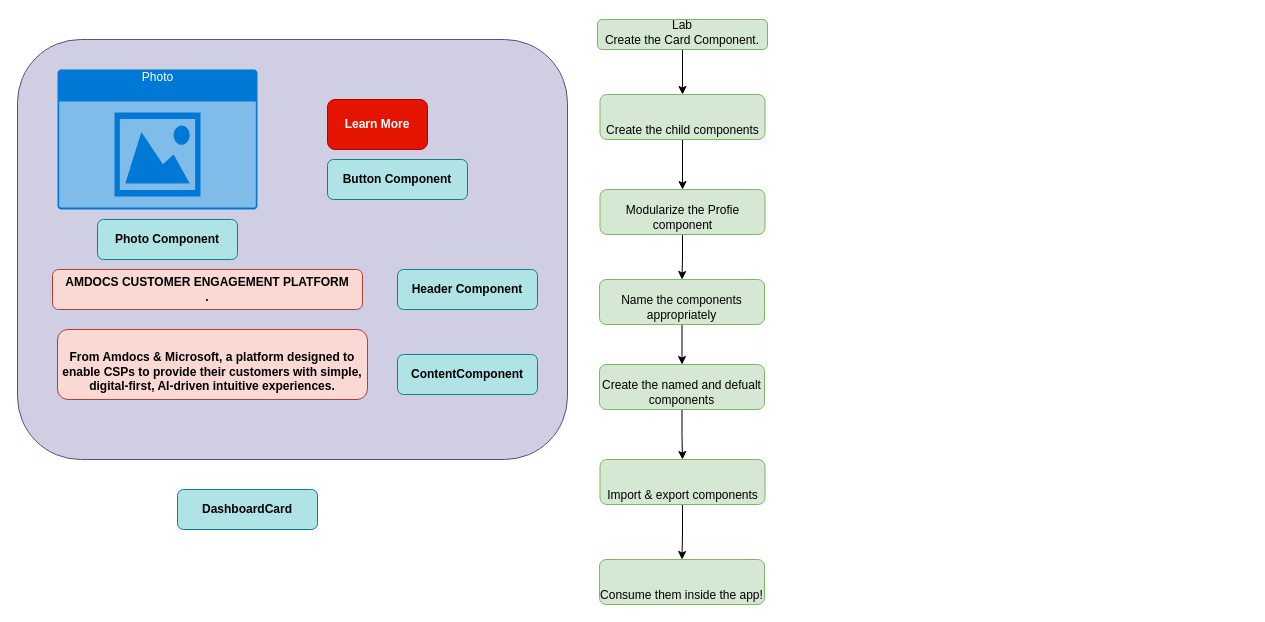
Before: LABS/lab-dashboard.drawio in ACY3MA2023/AMDGIT, a draw.io diagram. Source tidied: cells renumbered, new cells numbered last; positions are measured from the earlier drawing's top-left corner, leaving out a move shared by most shapes. Both pictures are drawn from the tidied source at 100%, with x=0, y=0 at pixel (17, 19).
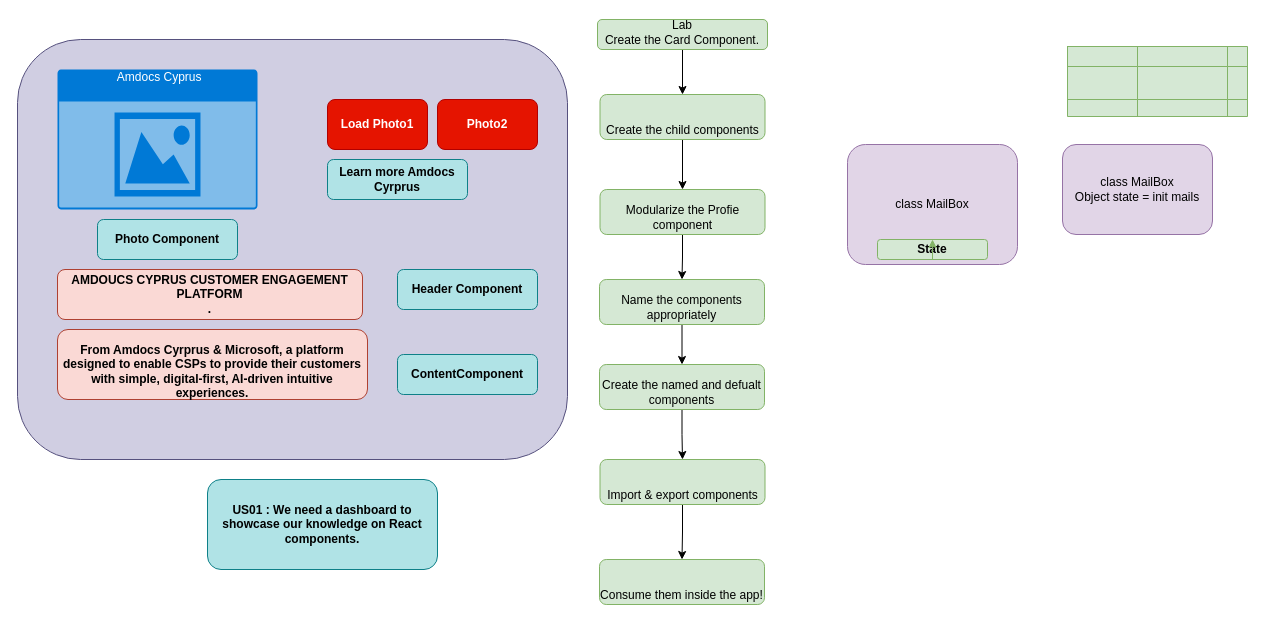
The same diagram, later.

The edit, as a diff of the source:
```diff
@@
-    <mxCell id="3" value="Photo" style="html=1;strokeColor=none;fillColor=#0079D6;labelPosition=center;verticalLabelPosition=middle;verticalAlign=top;align=center;fontSize=12;spacingTop=-6;fontColor=#FFFFFF;sketch=0;shape=mxgraph.sitemap.photo;" parent="1" vertex="1">
+    <mxCell id="3" value="&amp;nbsp;Amdocs Cyprus" style="html=1;strokeColor=none;fillColor=#0079D6;labelPosition=center;verticalLabelPosition=middle;verticalAlign=top;align=center;fontSize=12;spacingTop=-6;fontColor=#FFFFFF;sketch=0;shape=mxgraph.sitemap.photo;" parent="1" vertex="1">
       <mxGeometry x="40" y="50" width="200" height="140" as="geometry" />
     </mxCell>
-    <mxCell id="4" value="&lt;div&gt;AMDOCS CUSTOMER ENGAGEMENT PLATFORM&lt;/div&gt;&lt;div&gt;.&lt;/div&gt;" style="rounded=1;whiteSpace=wrap;html=1;fillColor=#fad9d5;strokeColor=#ae4132;fontStyle=1;verticalAlign=middle;" parent="1" vertex="1">
-      <mxGeometry x="35" y="250" width="310" height="40" as="geometry" />
+    <mxCell id="4" value="&lt;div&gt;AMDOUCS CYPRUS CUSTOMER ENGAGEMENT PLATFORM&lt;/div&gt;&lt;div&gt;.&lt;/div&gt;" style="rounded=1;whiteSpace=wrap;html=1;fillColor=#fad9d5;strokeColor=#ae4132;fontStyle=1;verticalAlign=middle;" parent="1" vertex="1">
+      <mxGeometry x="40" y="250" width="305" height="50" as="geometry" />
     </mxCell>
-    <mxCell id="5" value="Learn More" style="rounded=1;whiteSpace=wrap;html=1;fillColor=#e51400;strokeColor=#B20000;verticalAlign=middle;align=center;fontStyle=1;fontColor=#ffffff;" parent="1" vertex="1">
+    <mxCell id="5" value="Load Photo1" style="rounded=1;whiteSpace=wrap;html=1;fillColor=#e51400;strokeColor=#B20000;verticalAlign=middle;align=center;fontStyle=1;fontColor=#ffffff;" parent="1" vertex="1">
       <mxGeometry x="310" y="80" width="100" height="50" as="geometry" />
     </mxCell>
-    <mxCell id="6" value="DashboardCard" style="rounded=1;whiteSpace=wrap;html=1;fillColor=#b0e3e6;strokeColor=#0e8088;fontStyle=1;" parent="1" vertex="1">
-      <mxGeometry x="160" y="470" width="140" height="40" as="geometry" />
+    <mxCell id="6" value="US01 : We need a dashboard to showcase our knowledge on React components." style="rounded=1;whiteSpace=wrap;html=1;fillColor=#b0e3e6;strokeColor=#0e8088;fontStyle=1;" parent="1" vertex="1">
+      <mxGeometry x="190" y="460" width="230" height="90" as="geometry" />
     </mxCell>
@@
-    <mxCell id="11" value="&lt;div&gt;&lt;br&gt;&lt;/div&gt;&lt;div&gt;From Amdocs &amp;amp; Microsoft, a platform designed to enable CSPs to provide their customers with simple, digital-first, AI-driven intuitive experiences.&lt;/div&gt;" style="rounded=1;whiteSpace=wrap;html=1;fillColor=#fad9d5;strokeColor=#ae4132;fontStyle=1;verticalAlign=middle;" parent="1" vertex="1">
+    <mxCell id="11" value="&lt;div&gt;&lt;br&gt;&lt;/div&gt;&lt;div&gt;From Amdocs Cyrprus &amp;amp; Microsoft, a platform designed to enable CSPs to provide their customers with simple, digital-first, AI-driven intuitive experiences.&lt;/div&gt;" style="rounded=1;whiteSpace=wrap;html=1;fillColor=#fad9d5;strokeColor=#ae4132;fontStyle=1;verticalAlign=middle;" parent="1" vertex="1">
       <mxGeometry x="40" y="310" width="310" height="70" as="geometry" />
     </mxCell>
@@
-    <mxCell id="15" value="Button Component" style="rounded=1;whiteSpace=wrap;html=1;fillColor=#b0e3e6;strokeColor=#0e8088;fontStyle=1;" parent="1" vertex="1">
+    <mxCell id="15" value="Learn more Amdocs Cyrprus" style="rounded=1;whiteSpace=wrap;html=1;fillColor=#b0e3e6;strokeColor=#0e8088;fontStyle=1;" parent="1" vertex="1">
       <mxGeometry x="310" y="140" width="140" height="40" as="geometry" />
     </mxCell>
@@
+    <mxCell id="25" value="Photo2" style="rounded=1;whiteSpace=wrap;html=1;fillColor=#e51400;strokeColor=#B20000;verticalAlign=middle;align=center;fontStyle=1;fontColor=#ffffff;" parent="1" vertex="1">
+      <mxGeometry x="420" y="80" width="100" height="50" as="geometry" />
+    </mxCell>
+    <mxCell id="26" value="class MailBox&lt;br&gt;" style="rounded=1;whiteSpace=wrap;html=1;fillColor=#e1d5e7;strokeColor=#9673a6;" parent="1" vertex="1">
+      <mxGeometry x="830" y="125" width="170" height="120" as="geometry" />
+    </mxCell>
+    <mxCell id="27" value="class MailBox&lt;br&gt;Object state = init mails" style="rounded=1;whiteSpace=wrap;html=1;fillColor=#e1d5e7;strokeColor=#9673a6;" parent="1" vertex="1">
+      <mxGeometry x="1045" y="125" width="150" height="90" as="geometry" />
+    </mxCell>
+    <mxCell id="28" style="shape=table;html=1;whiteSpace=wrap;startSize=0;childLayout=tableLayout;fillColor=#d5e8d4;strokeColor=#82b366;" parent="1" vertex="1">
+      <mxGeometry x="1050" y="27" width="180" height="70" as="geometry" />
+    </mxCell>
+    <mxCell id="29" style="shape=partialRectangle;html=1;whiteSpace=wrap;fillColor=none;top=0;left=0;bottom=0;right=0;" parent="28" vertex="1">
+      <mxGeometry width="180" height="20" as="geometry" />
+    </mxCell>
+    <mxCell id="30" style="shape=partialRectangle;html=1;whiteSpace=wrap;fillColor=none;top=0;left=0;bottom=0;right=0;overflow=hidden;" parent="29" vertex="1">
+      <mxGeometry width="70" height="20" as="geometry" />
+    </mxCell>
+    <mxCell id="31" style="shape=partialRectangle;html=1;whiteSpace=wrap;fillColor=none;top=0;left=0;bottom=0;right=0;overflow=hidden;" parent="29" vertex="1">
+      <mxGeometry x="70" width="90" height="20" as="geometry" />
+    </mxCell>
+    <mxCell id="32" style="shape=partialRectangle;html=1;whiteSpace=wrap;fillColor=none;top=0;left=0;bottom=0;right=0;overflow=hidden;" parent="29" vertex="1">
+      <mxGeometry x="160" width="20" height="20" as="geometry" />
+    </mxCell>
+    <mxCell id="33" style="shape=partialRectangle;html=1;whiteSpace=wrap;fillColor=none;top=0;left=0;bottom=0;right=0;" parent="28" vertex="1">
+      <mxGeometry y="20" width="180" height="33" as="geometry" />
+    </mxCell>
+    <mxCell id="34" style="shape=partialRectangle;html=1;whiteSpace=wrap;fillColor=none;top=0;left=0;bottom=0;right=0;overflow=hidden;" parent="33" vertex="1">
+      <mxGeometry width="70" height="33" as="geometry" />
+    </mxCell>
+    <mxCell id="35" style="shape=partialRectangle;html=1;whiteSpace=wrap;fillColor=none;top=0;left=0;bottom=0;right=0;overflow=hidden;" parent="33" vertex="1">
+      <mxGeometry x="70" width="90" height="33" as="geometry" />
+    </mxCell>
+    <mxCell id="36" style="shape=partialRectangle;html=1;whiteSpace=wrap;fillColor=none;top=0;left=0;bottom=0;right=0;overflow=hidden;" parent="33" vertex="1">
+      <mxGeometry x="160" width="20" height="33" as="geometry" />
+    </mxCell>
+    <mxCell id="37" style="shape=partialRectangle;html=1;whiteSpace=wrap;fillColor=none;top=0;left=0;bottom=0;right=0;" parent="28" vertex="1">
+      <mxGeometry y="53" width="180" height="17" as="geometry" />
+    </mxCell>
+    <mxCell id="38" style="shape=partialRectangle;html=1;whiteSpace=wrap;fillColor=none;top=0;left=0;bottom=0;right=0;overflow=hidden;" parent="37" vertex="1">
+      <mxGeometry width="70" height="17" as="geometry" />
+    </mxCell>
+    <mxCell id="39" style="shape=partialRectangle;html=1;whiteSpace=wrap;fillColor=none;top=0;left=0;bottom=0;right=0;overflow=hidden;" parent="37" vertex="1">
+      <mxGeometry x="70" width="90" height="17" as="geometry" />
+    </mxCell>
+    <mxCell id="40" style="shape=partialRectangle;html=1;whiteSpace=wrap;fillColor=none;top=0;left=0;bottom=0;right=0;overflow=hidden;" parent="37" vertex="1">
+      <mxGeometry x="160" width="20" height="17" as="geometry" />
+    </mxCell>
+    <mxCell id="41" value="State" style="rounded=1;whiteSpace=wrap;html=1;fillColor=#d5e8d4;strokeColor=#82b366;fontStyle=1;" parent="1" vertex="1">
+      <mxGeometry x="860" y="220" width="110" height="20" as="geometry" />
+    </mxCell>
+    <mxCell id="42" style="edgeStyle=orthogonalEdgeStyle;rounded=0;orthogonalLoop=1;jettySize=auto;html=1;exitX=0.5;exitY=1;exitDx=0;exitDy=0;entryX=0.5;entryY=0;entryDx=0;entryDy=0;fillColor=#d5e8d4;strokeColor=#82b366;" parent="1" edge="1" source="41" target="41">
+      <mxGeometry relative="1" as="geometry" />
+    </mxCell>
```
